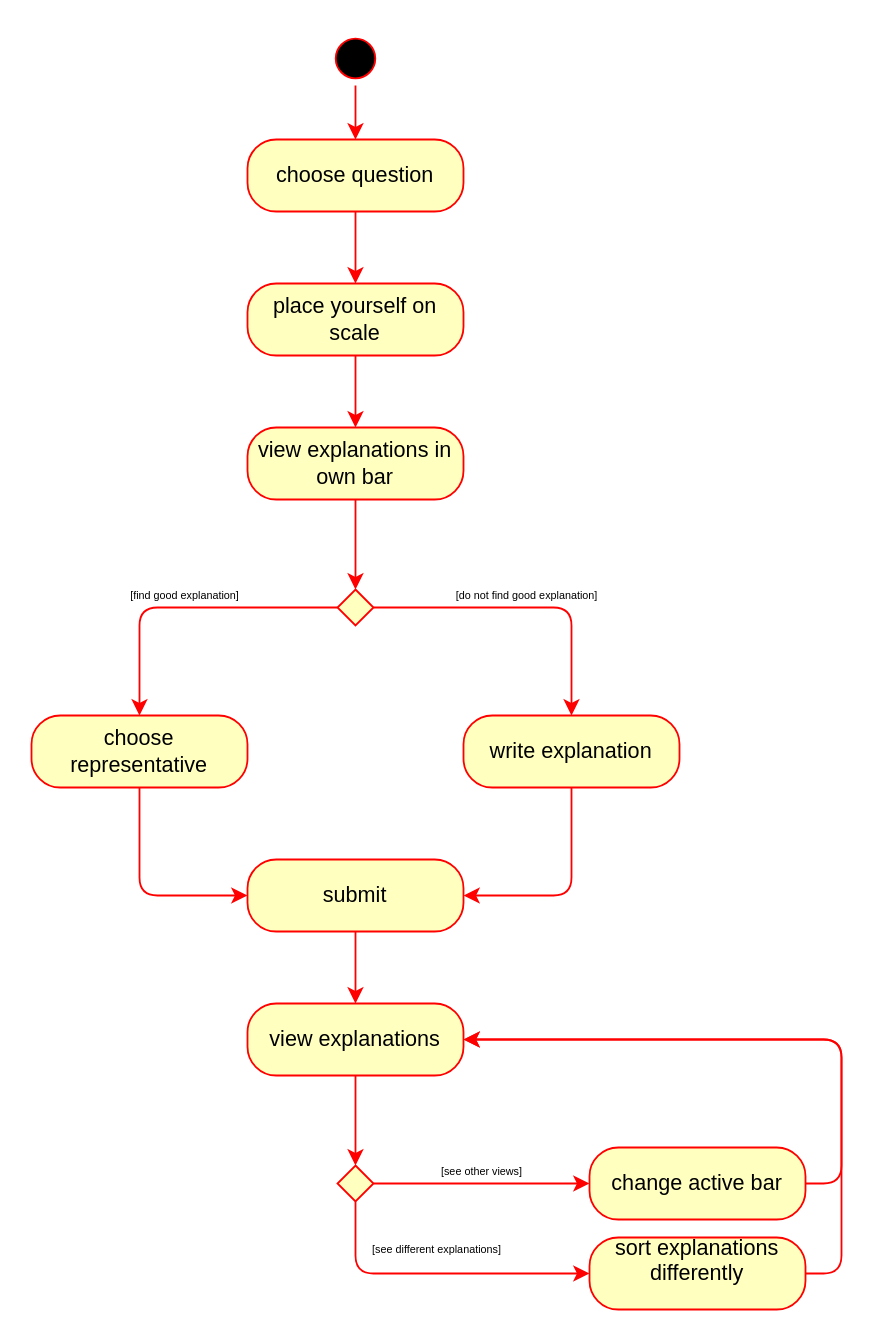
This is page "Choose or Create" (4 of 6) of userflow (latest).drawio from GabrielKP/vice-versa, a draw.io file, before an edit. Source tidied: cells renumbered, new cells numbered last; positions are measured from the earlier drawing's top-left corner, leaving out a move shared by most shapes. Both pictures are drawn from the tidied source at 180%, with x=0, y=0 at pixel (31, 31).
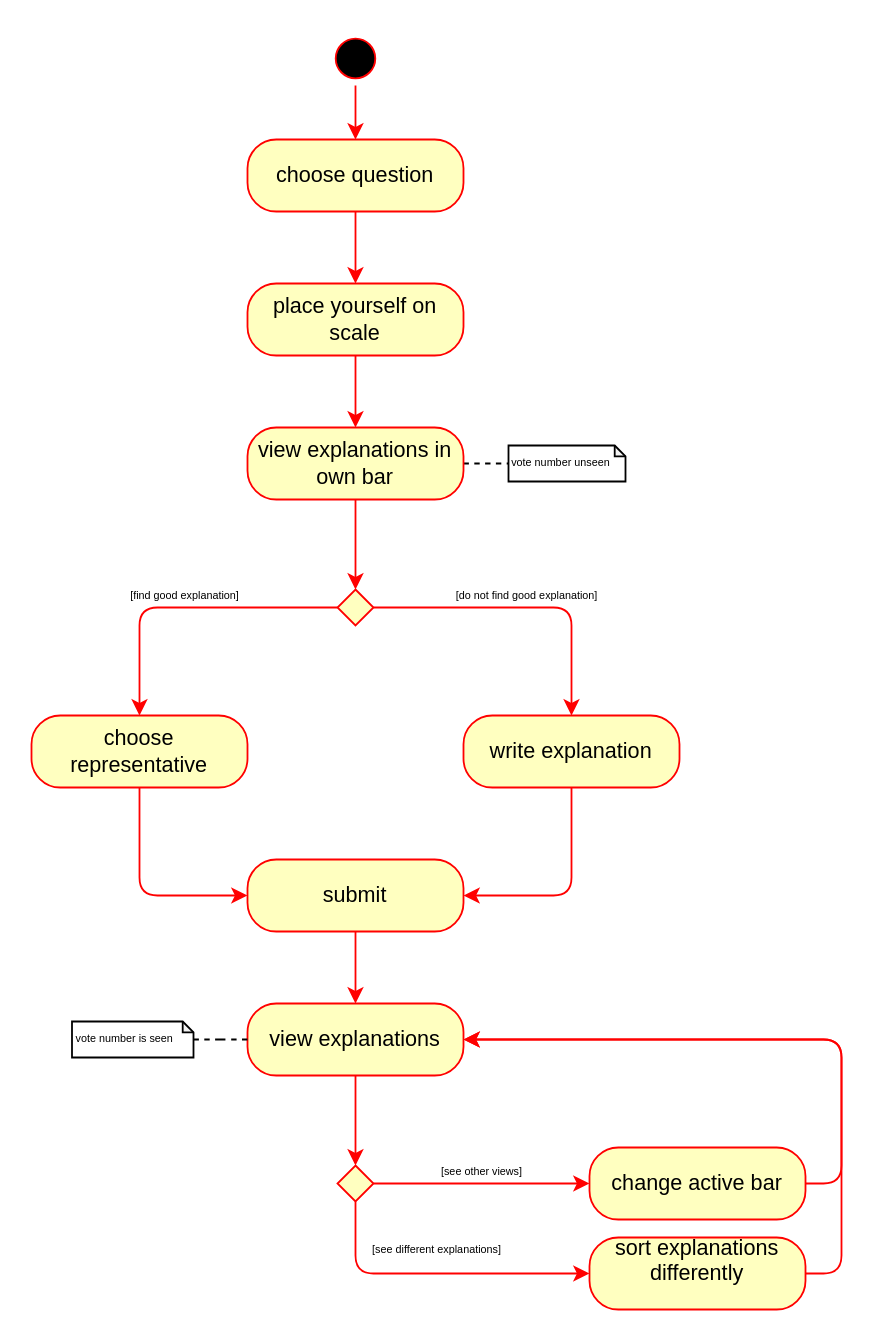
The same page after the edit.

Commit message (it also covers changes not shown here):
added Vote and See and comment cards

The change refers to these unchanged cells:
```xml
<mxCell id="15" value="view explanations" style="rounded=1;whiteSpace=wrap;html=1;arcSize=40;fontColor=#000000;fillColor=#ffffc0;strokeColor=#ff0000;" parent="1" vertex="1">
  <mxGeometry x="120" y="540" width="120" height="40" as="geometry" />
</mxCell>
<mxCell id="25" value="&lt;div&gt;view explanations in own bar&lt;/div&gt;" style="rounded=1;whiteSpace=wrap;html=1;arcSize=40;fontColor=#000000;fillColor=#ffffc0;strokeColor=#ff0000;" parent="1" vertex="1">
  <mxGeometry x="120" y="220" width="120" height="40" as="geometry" />
</mxCell>
```

The edit, as a diff of the source:
```diff
@@
+    <mxCell id="28" style="edgeStyle=orthogonalEdgeStyle;rounded=1;jettySize=auto;html=1;exitX=1;exitY=0.5;exitDx=0;exitDy=0;entryX=0;entryY=0.5;entryDx=0;entryDy=0;entryPerimeter=0;dashed=1;endArrow=none;endFill=0;strokeColor=#000000;fontSize=6;align=left;" parent="1" edge="1" source="25" target="29">
+      <mxGeometry relative="1" as="geometry" />
+    </mxCell>
@@
+    <mxCell id="29" value="vote number unseen" style="shape=note;whiteSpace=wrap;html=1;backgroundOutline=1;darkOpacity=0.05;fillColor=none;gradientColor=none;fontSize=6;align=left;size=6;" parent="1" vertex="1">
+      <mxGeometry x="265" y="230" width="65" height="20" as="geometry" />
+    </mxCell>
+    <mxCell id="30" style="edgeStyle=orthogonalEdgeStyle;rounded=1;jettySize=auto;html=1;dashed=1;endArrow=none;endFill=0;strokeColor=#000000;fontSize=6;align=left;" parent="1" edge="1" source="31" target="15">
+      <mxGeometry relative="1" as="geometry" />
+    </mxCell>
+    <mxCell id="31" value="vote number is seen" style="shape=note;whiteSpace=wrap;html=1;backgroundOutline=1;darkOpacity=0.05;fillColor=none;gradientColor=none;fontSize=6;align=left;size=6;" parent="1" vertex="1">
+      <mxGeometry x="22.5" y="550" width="67.5" height="20" as="geometry" />
+    </mxCell>
```
